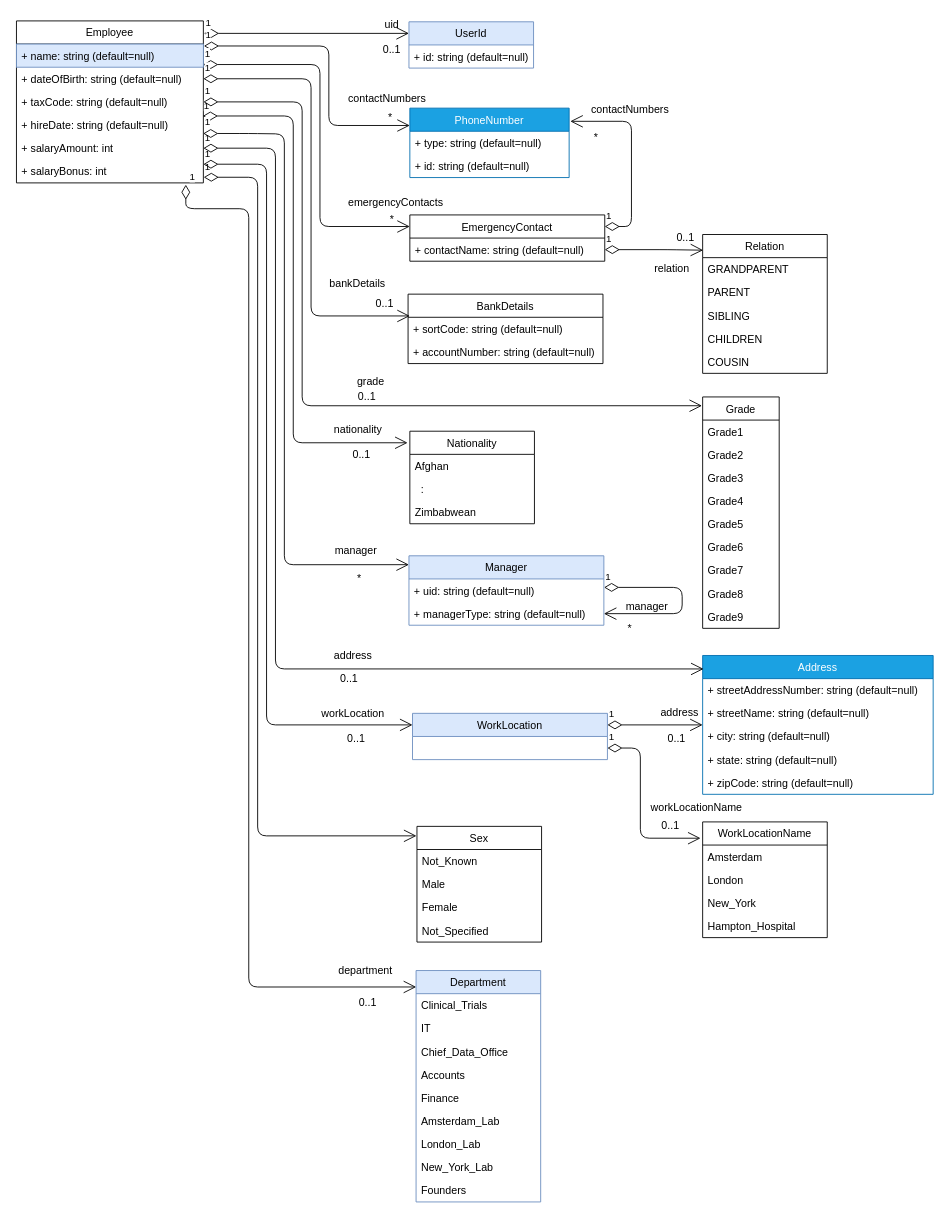
The draw.io diagram page "Default" (5 of 10) of demo-notebooks/images/data-access-methods.drawio in odpi/egeria-palisade, before the edit. Source tidied: cells renumbered, new cells numbered last; positions are measured from the earlier drawing's top-left corner, leaving out a move shared by most shapes. Both pictures are drawn from the tidied source at 89%, with x=0, y=0 at pixel (16, 15).
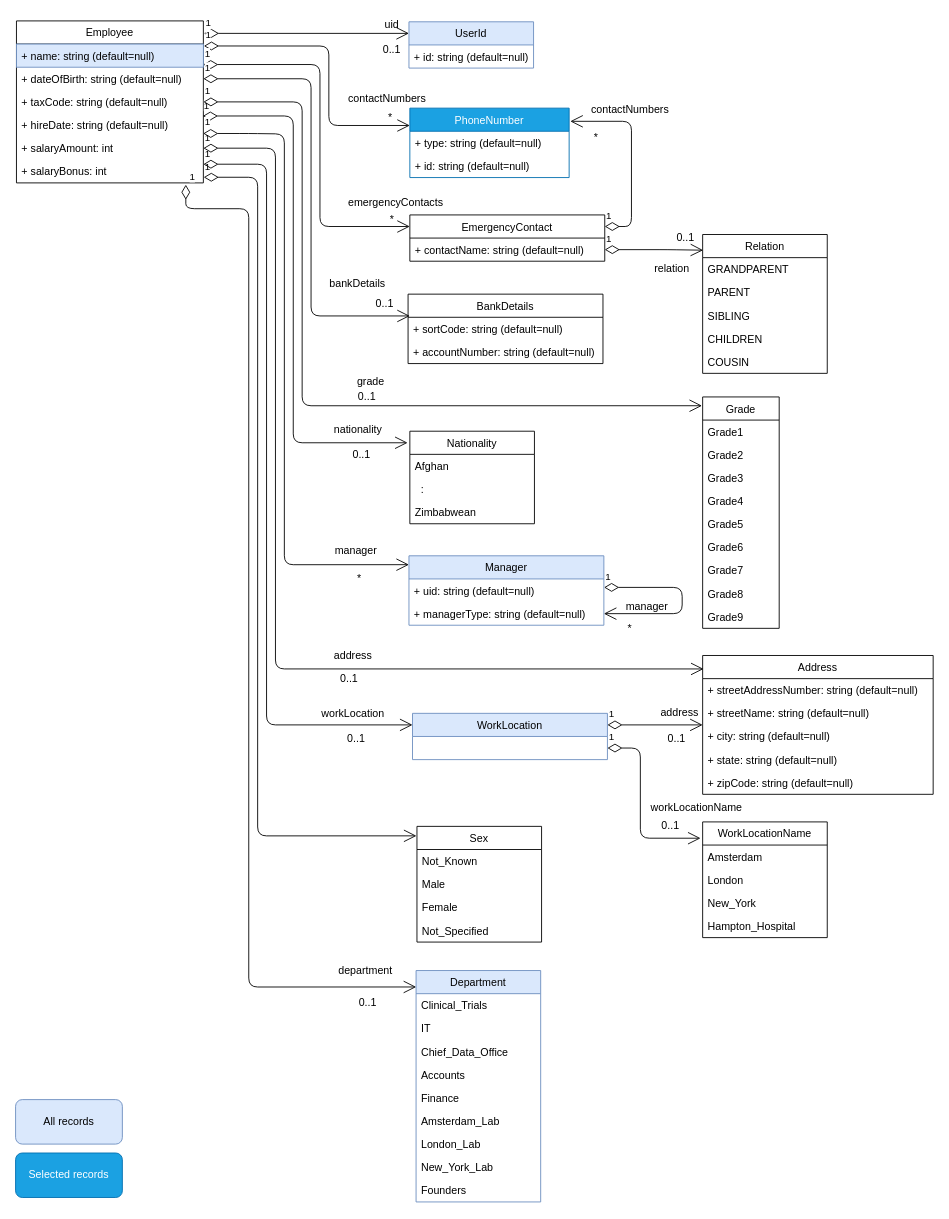
The same page after the edit.

What changed in the source:
```diff
@@
-    <mxCell id="23" value="Address" style="swimlane;fontStyle=0;horizontal=1;startSize=26;fillColor=#1ba1e2;strokeColor=#006EAF;fontColor=#ffffff;" parent="1" vertex="1">
+    <mxCell id="23" value="Address" style="swimlane;fontStyle=0;horizontal=1;startSize=26;" parent="1" vertex="1">
       <mxGeometry x="771" y="719" width="259" height="156" as="geometry" />
     </mxCell>
@@
+    <mxCell id="116" value="All records" style="rounded=1;whiteSpace=wrap;html=1;fillColor=#dae8fc;strokeColor=#6c8ebf;" parent="1" vertex="1">
+      <mxGeometry x="-1" y="1218" width="120" height="50" as="geometry" />
+    </mxCell>
+    <mxCell id="117" value="Selected records" style="rounded=1;whiteSpace=wrap;html=1;fillColor=#1ba1e2;strokeColor=#006EAF;fontColor=#ffffff;" parent="1" vertex="1">
+      <mxGeometry x="-1" y="1278" width="120" height="50" as="geometry" />
+    </mxCell>
```
